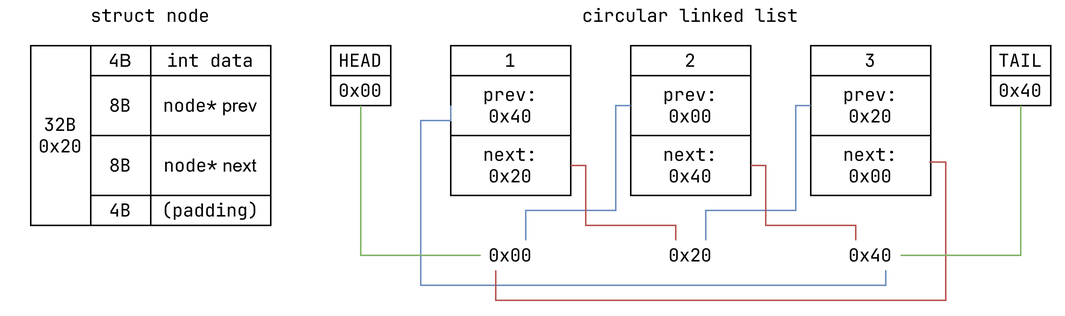
Before: img/cll.png, a diagram exported from draw.io (wingofcalamity/data-structures). Source tidied: cells renumbered, new cells last; positions are measured from the earlier drawing's top-left corner, leaving out a move shared by most shapes.
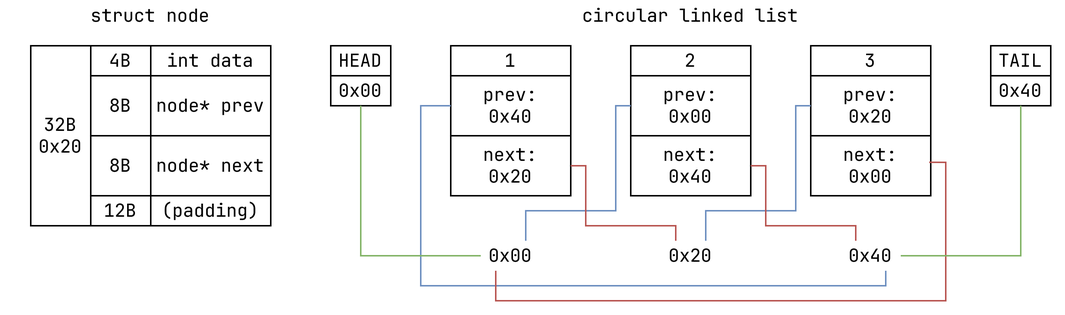
The same diagram one commit later.

The edit, as a diff of the source:
```diff
@@ -2,109 +2,109 @@
   <root>
     <mxCell id="0" />
     <mxCell id="1" parent="0" />
-    <mxCell id="2" style="rounded=0;whiteSpace=wrap;html=1;strokeColor=none;fillColor=none;" parent="1" vertex="1">
+    <mxCell id="2" style="rounded=0;whiteSpace=wrap;html=1;strokeColor=none;fillColor=none;fontFamily=JetBrains Mono;" parent="1" vertex="1">
       <mxGeometry width="710" height="210" as="geometry" />
     </mxCell>
-    <mxCell id="3" value="&lt;font face=&quot;JetBrains Mono&quot;&gt;0x00&lt;/font&gt;" style="text;html=1;align=center;verticalAlign=middle;whiteSpace=wrap;rounded=0;" parent="1" vertex="1">
+    <mxCell id="3" value="&lt;font&gt;0x00&lt;/font&gt;" style="text;html=1;align=center;verticalAlign=middle;whiteSpace=wrap;rounded=0;fontFamily=JetBrains Mono;" parent="1" vertex="1">
       <mxGeometry x="320" y="160" width="40" height="20" as="geometry" />
     </mxCell>
-    <mxCell id="4" value="&lt;font face=&quot;JetBrains Mono&quot;&gt;0x20&lt;/font&gt;" style="text;html=1;align=center;verticalAlign=middle;whiteSpace=wrap;rounded=0;" parent="1" vertex="1">
+    <mxCell id="4" value="&lt;font&gt;0x20&lt;/font&gt;" style="text;html=1;align=center;verticalAlign=middle;whiteSpace=wrap;rounded=0;fontFamily=JetBrains Mono;" parent="1" vertex="1">
       <mxGeometry x="440" y="160" width="40" height="20" as="geometry" />
     </mxCell>
-    <mxCell id="5" value="&lt;font face=&quot;JetBrains Mono&quot;&gt;0x40&lt;/font&gt;" style="text;html=1;align=center;verticalAlign=middle;whiteSpace=wrap;rounded=0;" parent="1" vertex="1">
+    <mxCell id="5" value="&lt;font&gt;0x40&lt;/font&gt;" style="text;html=1;align=center;verticalAlign=middle;whiteSpace=wrap;rounded=0;fontFamily=JetBrains Mono;" parent="1" vertex="1">
       <mxGeometry x="560" y="160" width="40" height="20" as="geometry" />
     </mxCell>
-    <mxCell id="6" style="group;" parent="1" vertex="1">
+    <mxCell id="6" style="group;fontFamily=JetBrains Mono;" parent="1" vertex="1">
       <mxGeometry x="220" y="30" width="40" height="40" as="geometry" />
     </mxCell>
-    <mxCell id="7" value="&lt;font face=&quot;JetBrains Mono&quot;&gt;HEAD&lt;/font&gt;" style="rounded=0;whiteSpace=wrap;html=1;" parent="6" vertex="1">
+    <mxCell id="7" value="&lt;font&gt;HEAD&lt;/font&gt;" style="rounded=0;whiteSpace=wrap;html=1;fontFamily=JetBrains Mono;" parent="6" vertex="1">
       <mxGeometry width="40" height="20" as="geometry" />
     </mxCell>
-    <mxCell id="8" value="&lt;div&gt;&lt;font face=&quot;JetBrains Mono&quot;&gt;0x00&lt;/font&gt;&lt;/div&gt;" style="rounded=0;whiteSpace=wrap;html=1;" parent="6" vertex="1">
+    <mxCell id="8" value="&lt;div&gt;&lt;font&gt;0x00&lt;/font&gt;&lt;/div&gt;" style="rounded=0;whiteSpace=wrap;html=1;fontFamily=JetBrains Mono;" parent="6" vertex="1">
       <mxGeometry y="20" width="40" height="20" as="geometry" />
     </mxCell>
-    <mxCell id="9" style="group;" parent="1" vertex="1">
+    <mxCell id="9" style="group;fontFamily=JetBrains Mono;" parent="1" vertex="1">
       <mxGeometry x="300" y="30" width="80" height="100" as="geometry" />
     </mxCell>
-    <mxCell id="10" value="&lt;div&gt;&lt;font face=&quot;JetBrains Mono&quot;&gt;prev:&lt;/font&gt;&lt;/div&gt;&lt;div&gt;&lt;font face=&quot;JetBrains Mono&quot;&gt;0x40&lt;/font&gt;&lt;/div&gt;" style="rounded=0;whiteSpace=wrap;html=1;" parent="9" vertex="1">
+    <mxCell id="10" value="&lt;div&gt;&lt;font&gt;prev:&lt;/font&gt;&lt;/div&gt;&lt;div&gt;&lt;font&gt;0x40&lt;/font&gt;&lt;/div&gt;" style="rounded=0;whiteSpace=wrap;html=1;fontFamily=JetBrains Mono;" parent="9" vertex="1">
       <mxGeometry y="20" width="80" height="40" as="geometry" />
     </mxCell>
-    <mxCell id="11" value="&lt;font face=&quot;JetBrains Mono&quot;&gt;1&lt;/font&gt;" style="rounded=0;whiteSpace=wrap;html=1;" parent="9" vertex="1">
+    <mxCell id="11" value="&lt;font&gt;1&lt;/font&gt;" style="rounded=0;whiteSpace=wrap;html=1;fontFamily=JetBrains Mono;" parent="9" vertex="1">
       <mxGeometry width="80" height="20" as="geometry" />
     </mxCell>
-    <mxCell id="12" value="&lt;font face=&quot;JetBrains Mono&quot;&gt;next:&lt;br&gt;0x20&lt;/font&gt;" style="rounded=0;whiteSpace=wrap;html=1;" parent="9" vertex="1">
+    <mxCell id="12" value="&lt;font&gt;next:&lt;br&gt;0x20&lt;/font&gt;" style="rounded=0;whiteSpace=wrap;html=1;fontFamily=JetBrains Mono;" parent="9" vertex="1">
       <mxGeometry y="60" width="80" height="40" as="geometry" />
     </mxCell>
-    <mxCell id="13" style="group;" parent="1" vertex="1">
+    <mxCell id="13" style="group;fontFamily=JetBrains Mono;" parent="1" vertex="1">
       <mxGeometry x="420" y="30" width="80" height="100" as="geometry" />
     </mxCell>
-    <mxCell id="14" value="&lt;font face=&quot;JetBrains Mono&quot;&gt;prev:&lt;br&gt;0x00&lt;/font&gt;" style="rounded=0;whiteSpace=wrap;html=1;" parent="13" vertex="1">
+    <mxCell id="14" value="&lt;font&gt;prev:&lt;br&gt;0x00&lt;/font&gt;" style="rounded=0;whiteSpace=wrap;html=1;fontFamily=JetBrains Mono;" parent="13" vertex="1">
       <mxGeometry y="20" width="80" height="40" as="geometry" />
     </mxCell>
-    <mxCell id="15" value="&lt;font face=&quot;JetBrains Mono&quot;&gt;2&lt;/font&gt;" style="rounded=0;whiteSpace=wrap;html=1;" parent="13" vertex="1">
+    <mxCell id="15" value="&lt;font&gt;2&lt;/font&gt;" style="rounded=0;whiteSpace=wrap;html=1;fontFamily=JetBrains Mono;" parent="13" vertex="1">
       <mxGeometry width="80" height="20" as="geometry" />
     </mxCell>
-    <mxCell id="16" value="&lt;font face=&quot;JetBrains Mono&quot;&gt;next:&lt;br&gt;0x40&lt;/font&gt;" style="rounded=0;whiteSpace=wrap;html=1;" parent="13" vertex="1">
+    <mxCell id="16" value="&lt;font&gt;next:&lt;br&gt;0x40&lt;/font&gt;" style="rounded=0;whiteSpace=wrap;html=1;fontFamily=JetBrains Mono;" parent="13" vertex="1">
       <mxGeometry y="60" width="80" height="40" as="geometry" />
     </mxCell>
-    <mxCell id="17" style="group;" parent="1" vertex="1">
+    <mxCell id="17" style="group;fontFamily=JetBrains Mono;" parent="1" vertex="1">
       <mxGeometry x="540" y="30" width="80" height="100" as="geometry" />
     </mxCell>
-    <mxCell id="18" value="&lt;font face=&quot;JetBrains Mono&quot;&gt;prev:&lt;br&gt;0x20&lt;/font&gt;" style="rounded=0;whiteSpace=wrap;html=1;" parent="17" vertex="1">
+    <mxCell id="18" value="&lt;font&gt;prev:&lt;br&gt;0x20&lt;/font&gt;" style="rounded=0;whiteSpace=wrap;html=1;fontFamily=JetBrains Mono;" parent="17" vertex="1">
       <mxGeometry y="20" width="80" height="40" as="geometry" />
     </mxCell>
-    <mxCell id="19" value="&lt;font face=&quot;JetBrains Mono&quot;&gt;3&lt;/font&gt;" style="rounded=0;whiteSpace=wrap;html=1;" parent="17" vertex="1">
+    <mxCell id="19" value="&lt;font&gt;3&lt;/font&gt;" style="rounded=0;whiteSpace=wrap;html=1;fontFamily=JetBrains Mono;" parent="17" vertex="1">
       <mxGeometry width="80" height="20" as="geometry" />
     </mxCell>
-    <mxCell id="20" value="&lt;div&gt;&lt;font face=&quot;JetBrains Mono&quot;&gt;next:&lt;/font&gt;&lt;/div&gt;&lt;div&gt;&lt;font face=&quot;JetBrains Mono&quot;&gt;0x00&lt;/font&gt;&lt;/div&gt;" style="rounded=0;whiteSpace=wrap;html=1;" parent="17" vertex="1">
+    <mxCell id="20" value="&lt;div&gt;&lt;font&gt;next:&lt;/font&gt;&lt;/div&gt;&lt;div&gt;&lt;font&gt;0x00&lt;/font&gt;&lt;/div&gt;" style="rounded=0;whiteSpace=wrap;html=1;fontFamily=JetBrains Mono;" parent="17" vertex="1">
       <mxGeometry y="60" width="80" height="40" as="geometry" />
     </mxCell>
-    <mxCell id="21" style="group;" parent="1" vertex="1">
+    <mxCell id="21" style="group;fontFamily=JetBrains Mono;" parent="1" vertex="1">
       <mxGeometry x="660" y="30" width="40" height="40" as="geometry" />
     </mxCell>
-    <mxCell id="22" value="&lt;font face=&quot;JetBrains Mono&quot;&gt;TAIL&lt;/font&gt;" style="rounded=0;whiteSpace=wrap;html=1;" parent="21" vertex="1">
+    <mxCell id="22" value="&lt;font&gt;TAIL&lt;/font&gt;" style="rounded=0;whiteSpace=wrap;html=1;fontFamily=JetBrains Mono;" parent="21" vertex="1">
       <mxGeometry width="40" height="20" as="geometry" />
     </mxCell>
-    <mxCell id="23" value="&lt;font face=&quot;JetBrains Mono&quot;&gt;0x40&lt;/font&gt;" style="rounded=0;whiteSpace=wrap;html=1;" parent="21" vertex="1">
+    <mxCell id="23" value="&lt;font&gt;0x40&lt;/font&gt;" style="rounded=0;whiteSpace=wrap;html=1;fontFamily=JetBrains Mono;" parent="21" vertex="1">
       <mxGeometry y="20" width="40" height="20" as="geometry" />
     </mxCell>
-    <mxCell id="24" style="group;" parent="1" vertex="1">
+    <mxCell id="24" style="group;fontFamily=JetBrains Mono;" parent="1" vertex="1">
       <mxGeometry x="20" y="30" width="160" height="120" as="geometry" />
     </mxCell>
-    <mxCell id="25" value="&lt;font face=&quot;JetBrains Mono&quot;&gt;node*&lt;/font&gt; prev" style="rounded=0;whiteSpace=wrap;html=1;" parent="24" vertex="1">
+    <mxCell id="25" value="&lt;font&gt;node*&lt;/font&gt; prev" style="rounded=0;whiteSpace=wrap;html=1;fontFamily=JetBrains Mono;" parent="24" vertex="1">
       <mxGeometry x="80" y="20" width="80" height="40" as="geometry" />
     </mxCell>
-    <mxCell id="26" value="&lt;font face=&quot;JetBrains Mono&quot;&gt;int data&lt;/font&gt;" style="rounded=0;whiteSpace=wrap;html=1;" parent="24" vertex="1">
+    <mxCell id="26" value="&lt;font&gt;int data&lt;/font&gt;" style="rounded=0;whiteSpace=wrap;html=1;fontFamily=JetBrains Mono;" parent="24" vertex="1">
       <mxGeometry x="80" width="80" height="20" as="geometry" />
     </mxCell>
-    <mxCell id="27" value="&lt;font face=&quot;JetBrains Mono&quot;&gt;node*&lt;/font&gt; next" style="rounded=0;whiteSpace=wrap;html=1;" parent="24" vertex="1">
+    <mxCell id="27" value="&lt;font&gt;node*&lt;/font&gt; next" style="rounded=0;whiteSpace=wrap;html=1;fontFamily=JetBrains Mono;" parent="24" vertex="1">
       <mxGeometry x="80" y="60" width="80" height="40" as="geometry" />
     </mxCell>
-    <mxCell id="28" value="&lt;font face=&quot;JetBrains Mono&quot;&gt;(padding)&lt;/font&gt;" style="rounded=0;whiteSpace=wrap;html=1;" parent="24" vertex="1">
+    <mxCell id="28" value="&lt;font&gt;(padding)&lt;/font&gt;" style="rounded=0;whiteSpace=wrap;html=1;fontFamily=JetBrains Mono;" parent="24" vertex="1">
       <mxGeometry x="80" y="100" width="80" height="20" as="geometry" />
     </mxCell>
-    <mxCell id="29" value="&lt;div&gt;&lt;font face=&quot;JetBrains Mono&quot;&gt;32B&lt;/font&gt;&lt;/div&gt;&lt;div&gt;&lt;font face=&quot;JetBrains Mono&quot;&gt;0x20&lt;/font&gt;&lt;/div&gt;" style="rounded=0;whiteSpace=wrap;html=1;" parent="24" vertex="1">
+    <mxCell id="29" value="&lt;div&gt;&lt;font&gt;32B&lt;/font&gt;&lt;/div&gt;&lt;div&gt;&lt;font&gt;0x20&lt;/font&gt;&lt;/div&gt;" style="rounded=0;whiteSpace=wrap;html=1;fontFamily=JetBrains Mono;" parent="24" vertex="1">
       <mxGeometry width="40" height="120" as="geometry" />
     </mxCell>
-    <mxCell id="30" value="&lt;font face=&quot;JetBrains Mono&quot;&gt;4&lt;/font&gt;B" style="rounded=0;whiteSpace=wrap;html=1;" parent="24" vertex="1">
+    <mxCell id="30" value="&lt;font&gt;4&lt;/font&gt;B" style="rounded=0;whiteSpace=wrap;html=1;fontFamily=JetBrains Mono;" parent="24" vertex="1">
       <mxGeometry x="40" width="40" height="20" as="geometry" />
     </mxCell>
-    <mxCell id="31" value="&lt;font face=&quot;JetBrains Mono&quot;&gt;8B&lt;/font&gt;" style="rounded=0;whiteSpace=wrap;html=1;" parent="24" vertex="1">
+    <mxCell id="31" value="&lt;font&gt;8B&lt;/font&gt;" style="rounded=0;whiteSpace=wrap;html=1;fontFamily=JetBrains Mono;" parent="24" vertex="1">
       <mxGeometry x="40" y="20" width="40" height="40" as="geometry" />
     </mxCell>
-    <mxCell id="32" value="&lt;font face=&quot;JetBrains Mono&quot;&gt;8B&lt;/font&gt;" style="rounded=0;whiteSpace=wrap;html=1;" parent="24" vertex="1">
+    <mxCell id="32" value="&lt;font&gt;8B&lt;/font&gt;" style="rounded=0;whiteSpace=wrap;html=1;fontFamily=JetBrains Mono;" parent="24" vertex="1">
       <mxGeometry x="40" y="60" width="40" height="40" as="geometry" />
     </mxCell>
-    <mxCell id="33" value="&lt;font face=&quot;JetBrains Mono&quot;&gt;4B&lt;/font&gt;" style="rounded=0;whiteSpace=wrap;html=1;" parent="24" vertex="1">
+    <mxCell id="33" value="&lt;font&gt;12B&lt;/font&gt;" style="rounded=0;whiteSpace=wrap;html=1;fontFamily=JetBrains Mono;" parent="24" vertex="1">
       <mxGeometry x="40" y="100" width="40" height="20" as="geometry" />
     </mxCell>
-    <mxCell id="34" value="&lt;font face=&quot;JetBrains Mono&quot;&gt;struct node&lt;/font&gt;" style="text;html=1;align=center;verticalAlign=middle;whiteSpace=wrap;rounded=0;" parent="1" vertex="1">
+    <mxCell id="34" value="&lt;font&gt;struct node&lt;/font&gt;" style="text;html=1;align=center;verticalAlign=middle;whiteSpace=wrap;rounded=0;fontFamily=JetBrains Mono;" parent="1" vertex="1">
       <mxGeometry x="20" width="160" height="20" as="geometry" />
     </mxCell>
-    <mxCell id="35" value="&lt;font face=&quot;JetBrains Mono&quot;&gt;circular linked list&lt;/font&gt;" style="text;html=1;align=center;verticalAlign=middle;whiteSpace=wrap;rounded=0;" parent="1" vertex="1">
+    <mxCell id="35" value="&lt;font&gt;circular linked list&lt;/font&gt;" style="text;html=1;align=center;verticalAlign=middle;whiteSpace=wrap;rounded=0;fontFamily=JetBrains Mono;" parent="1" vertex="1">
       <mxGeometry x="220" width="480" height="20" as="geometry" />
     </mxCell>
-    <mxCell id="36" style="endArrow=none;html=1;rounded=0;edgeStyle=orthogonalEdgeStyle;entryX=0;entryY=0.5;entryDx=0;entryDy=0;exitX=0.75;exitY=0;exitDx=0;exitDy=0;fillColor=#dae8fc;strokeColor=#6c8ebf;" parent="1" edge="1" source="4" target="18">
+    <mxCell id="36" style="endArrow=none;html=1;rounded=0;edgeStyle=orthogonalEdgeStyle;entryX=0;entryY=0.5;entryDx=0;entryDy=0;exitX=0.75;exitY=0;exitDx=0;exitDy=0;fillColor=#dae8fc;strokeColor=#6c8ebf;fontFamily=JetBrains Mono;" parent="1" edge="1" source="4" target="18">
       <mxGeometry relative="1" as="geometry">
         <Array as="points">
           <mxPoint x="470" y="140" />
@@ -113,7 +113,7 @@
         </Array>
       </mxGeometry>
     </mxCell>
-    <mxCell id="37" style="endArrow=none;html=1;rounded=0;edgeStyle=orthogonalEdgeStyle;entryX=0;entryY=0.5;entryDx=0;entryDy=0;exitX=0.75;exitY=0;exitDx=0;exitDy=0;fillColor=#dae8fc;strokeColor=#6c8ebf;" parent="1" edge="1" source="3" target="14">
+    <mxCell id="37" style="endArrow=none;html=1;rounded=0;edgeStyle=orthogonalEdgeStyle;entryX=0;entryY=0.5;entryDx=0;entryDy=0;exitX=0.75;exitY=0;exitDx=0;exitDy=0;fillColor=#dae8fc;strokeColor=#6c8ebf;fontFamily=JetBrains Mono;" parent="1" edge="1" source="3" target="14">
       <mxGeometry relative="1" as="geometry">
         <Array as="points">
           <mxPoint x="350" y="140" />
@@ -122,17 +122,16 @@
         </Array>
       </mxGeometry>
     </mxCell>
-    <mxCell id="38" style="endArrow=none;html=1;rounded=0;edgeStyle=orthogonalEdgeStyle;entryX=0;entryY=0.5;entryDx=0;entryDy=0;exitX=0.75;exitY=1;exitDx=0;exitDy=0;fillColor=#dae8fc;strokeColor=#6c8ebf;" parent="1" edge="1" source="5" target="10">
+    <mxCell id="38" style="endArrow=none;html=1;rounded=0;edgeStyle=orthogonalEdgeStyle;entryX=0;entryY=0.5;entryDx=0;entryDy=0;exitX=0.75;exitY=1;exitDx=0;exitDy=0;fillColor=#dae8fc;strokeColor=#6c8ebf;fontFamily=JetBrains Mono;" parent="1" edge="1" source="5" target="10">
       <mxGeometry relative="1" as="geometry">
         <Array as="points">
           <mxPoint x="590" y="190" />
           <mxPoint x="280" y="190" />
-          <mxPoint x="280" y="80" />
-          <mxPoint x="300" y="80" />
+          <mxPoint x="280" y="70" />
         </Array>
       </mxGeometry>
     </mxCell>
-    <mxCell id="39" style="endArrow=none;html=1;rounded=0;edgeStyle=orthogonalEdgeStyle;entryX=1;entryY=0.5;entryDx=0;entryDy=0;exitX=0.25;exitY=0;exitDx=0;exitDy=0;fillColor=#f8cecc;strokeColor=#b85450;" parent="1" edge="1" source="4" target="12">
+    <mxCell id="39" style="endArrow=none;html=1;rounded=0;edgeStyle=orthogonalEdgeStyle;entryX=1;entryY=0.5;entryDx=0;entryDy=0;exitX=0.25;exitY=0;exitDx=0;exitDy=0;fillColor=#f8cecc;strokeColor=#b85450;fontFamily=JetBrains Mono;" parent="1" edge="1" source="4" target="12">
       <mxGeometry relative="1" as="geometry">
         <Array as="points">
           <mxPoint x="450" y="150" />
@@ -141,7 +140,7 @@
         </Array>
       </mxGeometry>
     </mxCell>
-    <mxCell id="40" style="endArrow=none;html=1;rounded=0;edgeStyle=orthogonalEdgeStyle;entryX=0.25;entryY=1;entryDx=0;entryDy=0;exitX=0.988;exitY=0.442;exitDx=0;exitDy=0;fillColor=#f8cecc;strokeColor=#b85450;exitPerimeter=0;" parent="1" edge="1" source="20" target="3">
+    <mxCell id="40" style="endArrow=none;html=1;rounded=0;edgeStyle=orthogonalEdgeStyle;entryX=0.25;entryY=1;entryDx=0;entryDy=0;exitX=0.988;exitY=0.442;exitDx=0;exitDy=0;fillColor=#f8cecc;strokeColor=#b85450;exitPerimeter=0;fontFamily=JetBrains Mono;" parent="1" edge="1" source="20" target="3">
       <mxGeometry relative="1" as="geometry">
         <Array as="points">
           <mxPoint x="630" y="108" />
@@ -150,7 +149,7 @@
         </Array>
       </mxGeometry>
     </mxCell>
-    <mxCell id="41" style="endArrow=none;html=1;rounded=0;edgeStyle=orthogonalEdgeStyle;exitX=0.25;exitY=0;exitDx=0;exitDy=0;fillColor=#f8cecc;strokeColor=#b85450;entryX=1;entryY=0.5;entryDx=0;entryDy=0;" parent="1" edge="1" source="5" target="16">
+    <mxCell id="41" style="endArrow=none;html=1;rounded=0;edgeStyle=orthogonalEdgeStyle;exitX=0.25;exitY=0;exitDx=0;exitDy=0;fillColor=#f8cecc;strokeColor=#b85450;entryX=1;entryY=0.5;entryDx=0;entryDy=0;fontFamily=JetBrains Mono;" parent="1" edge="1" source="5" target="16">
       <mxGeometry relative="1" as="geometry">
         <Array as="points">
           <mxPoint x="570" y="150" />
@@ -159,14 +158,14 @@
         </Array>
       </mxGeometry>
     </mxCell>
-    <mxCell id="42" style="endArrow=none;html=1;rounded=0;edgeStyle=orthogonalEdgeStyle;entryX=0.5;entryY=1;entryDx=0;entryDy=0;exitX=0;exitY=0.5;exitDx=0;exitDy=0;fillColor=#d5e8d4;strokeColor=#82b366;" parent="1" edge="1" source="3" target="8">
+    <mxCell id="42" style="endArrow=none;html=1;rounded=0;edgeStyle=orthogonalEdgeStyle;entryX=0.5;entryY=1;entryDx=0;entryDy=0;exitX=0;exitY=0.5;exitDx=0;exitDy=0;fillColor=#d5e8d4;strokeColor=#82b366;fontFamily=JetBrains Mono;" parent="1" edge="1" source="3" target="8">
       <mxGeometry relative="1" as="geometry">
         <Array as="points">
           <mxPoint x="240" y="170" />
         </Array>
       </mxGeometry>
     </mxCell>
-    <mxCell id="43" style="endArrow=none;html=1;rounded=0;edgeStyle=orthogonalEdgeStyle;entryX=0.5;entryY=1;entryDx=0;entryDy=0;exitX=1;exitY=0.5;exitDx=0;exitDy=0;fillColor=#d5e8d4;strokeColor=#82b366;" parent="1" edge="1" source="5" target="23">
+    <mxCell id="43" style="endArrow=none;html=1;rounded=0;edgeStyle=orthogonalEdgeStyle;entryX=0.5;entryY=1;entryDx=0;entryDy=0;exitX=1;exitY=0.5;exitDx=0;exitDy=0;fillColor=#d5e8d4;strokeColor=#82b366;fontFamily=JetBrains Mono;" parent="1" edge="1" source="5" target="23">
       <mxGeometry relative="1" as="geometry">
         <Array as="points">
           <mxPoint x="680" y="170" />
```
